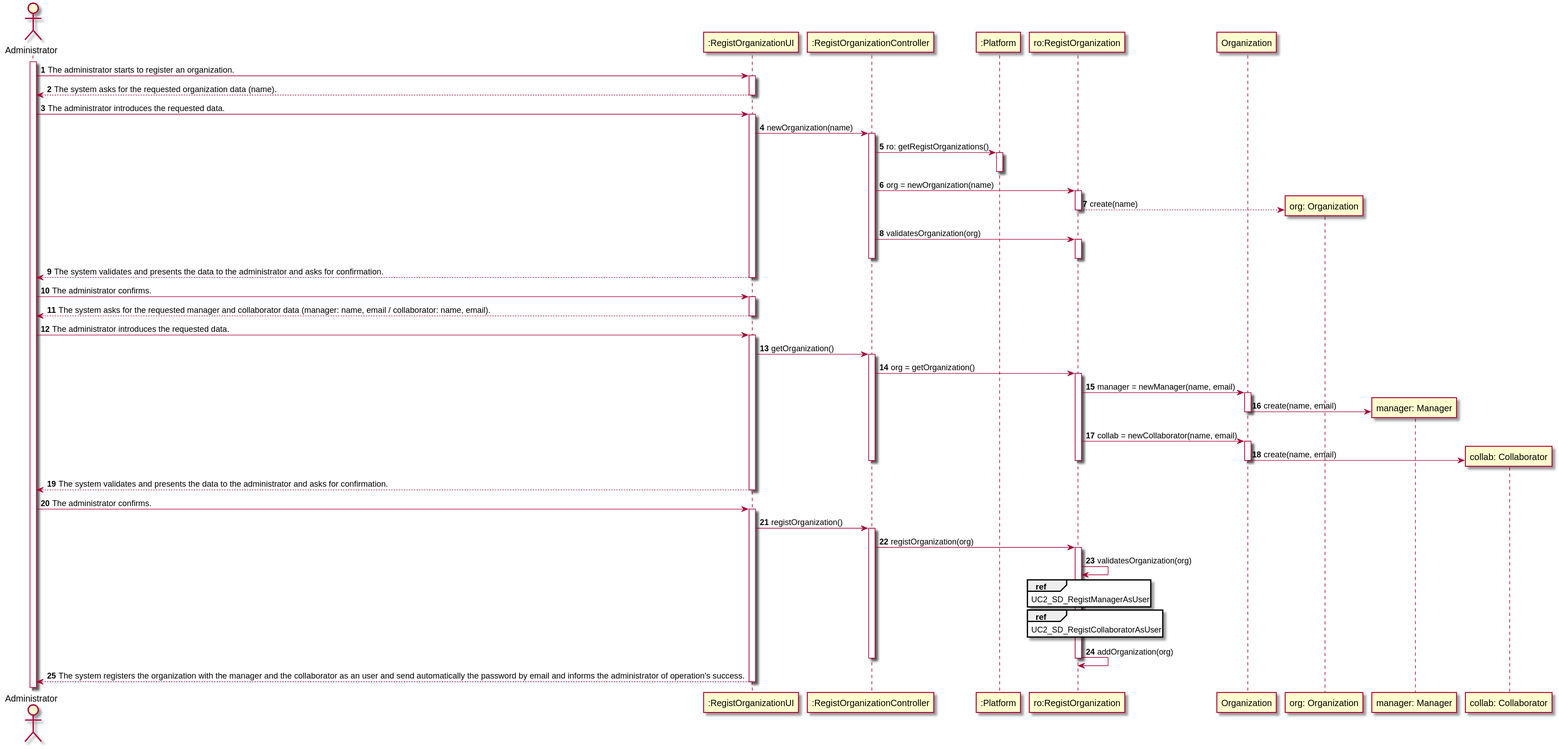
LourencoMelo/ISEP-LAPR2 keeps this PlantUML diagram as LAPR2-2020-G010-Application/docs/usecases/UC2/UC2_SD.svg. Above is the earlier version.
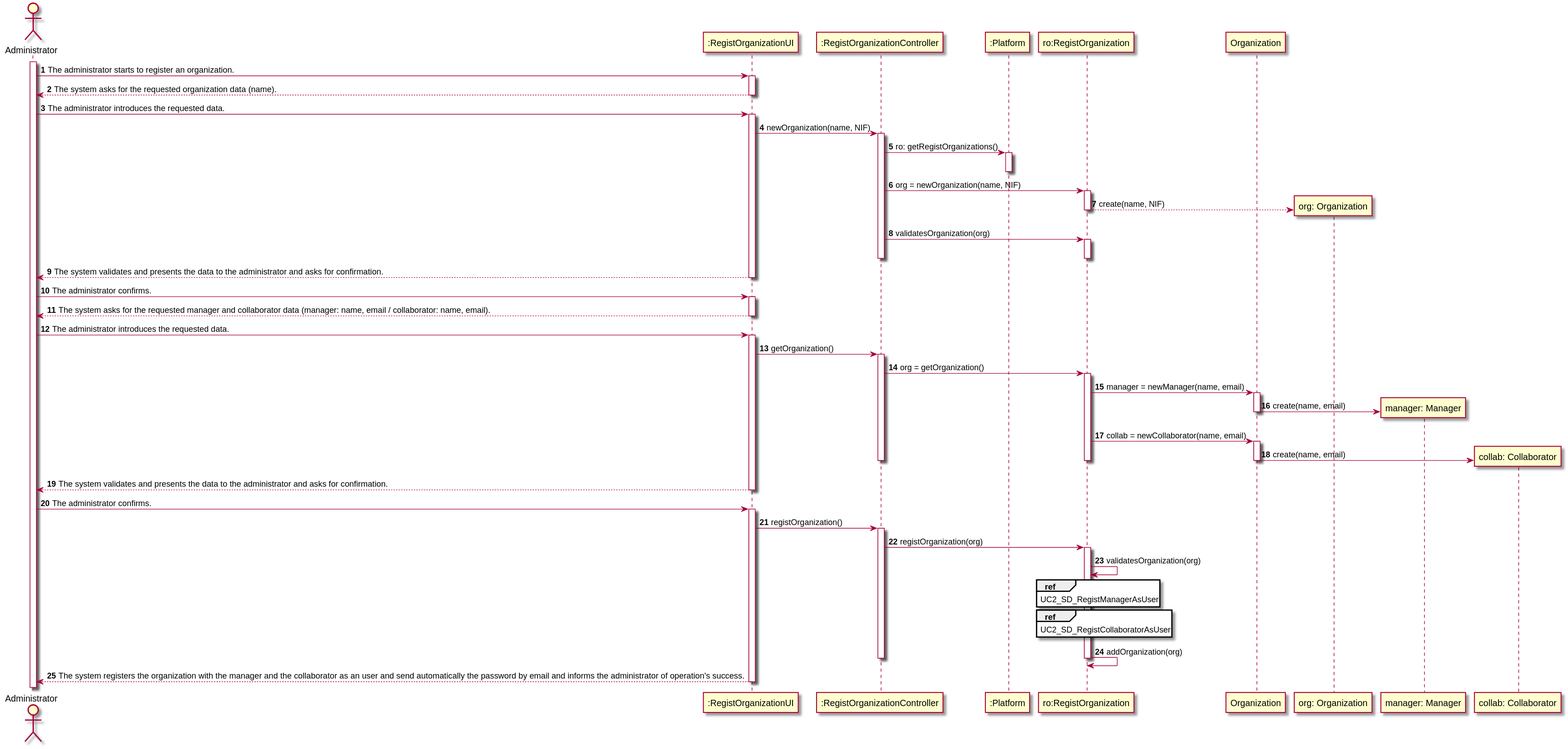
After the change.

Change to the diagram source:
```diff
@@ -18,14 +18,14 @@
 deactivate ui
 admin -> ui : The administrator introduces the requested data.
 activate ui
-ui -> controller : newOrganization(name)
+ui -> controller : newOrganization(name, NIF)
 activate controller
 controller -> plat : ro: getRegistOrganizations()
 activate plat
 deactivate plat
-controller -> regorg : org = newOrganization(name)
+controller -> regorg : org = newOrganization(name, NIF)
 activate regorg
-regorg --> org ** : create(name)
+regorg --> org ** : create(name, NIF)
 deactivate regorg
 controller -> regorg : validatesOrganization(org)
 activate regorg
```
